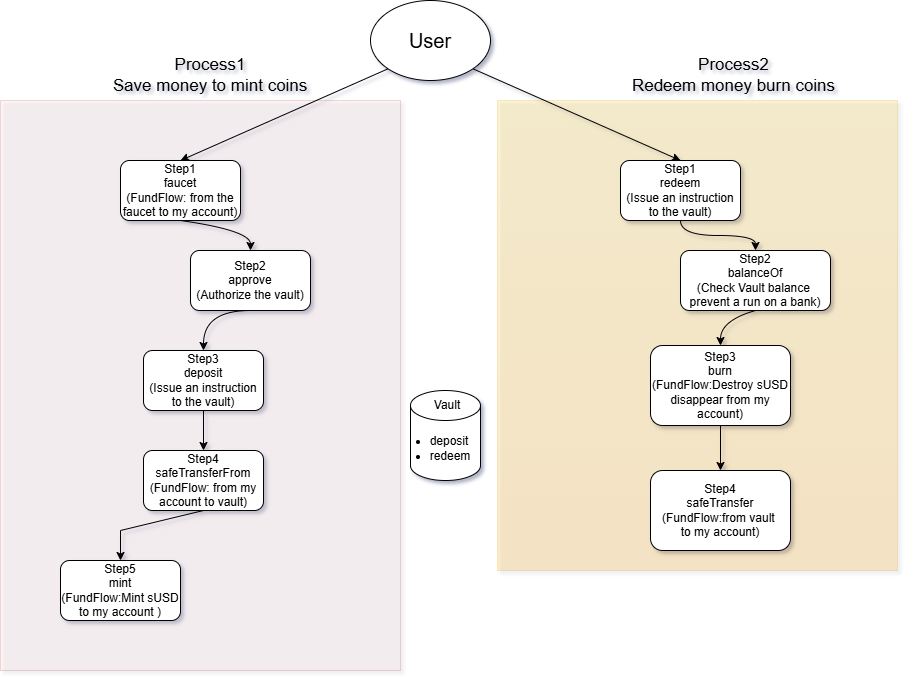
xiaomangli69-max/stablecoin-lab-2026 keeps this draw.io diagram as architecture.png. Above is the earlier version. Source tidied: cells renumbered, new cells last; positions are measured from the earlier drawing's top-left corner, leaving out a move shared by most shapes.
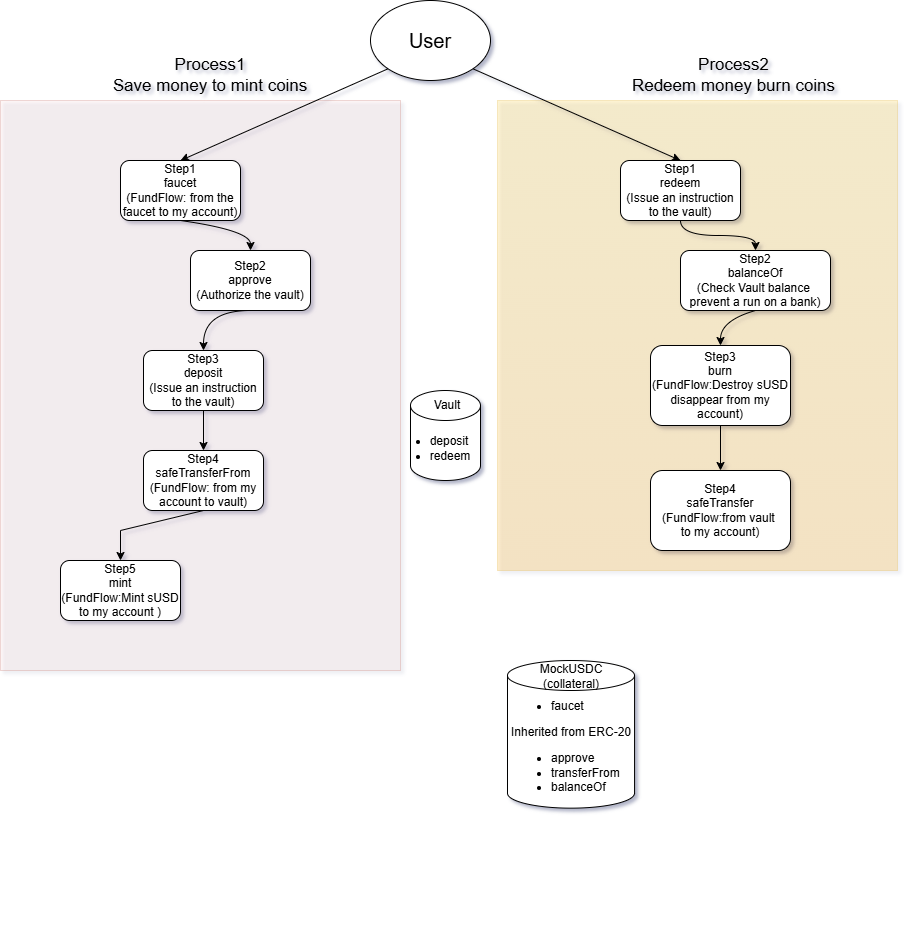
The same file after the commit.

The edit, as a diff of the source:
```diff
@@ -100,5 +100,17 @@
     <mxCell id="28" value="&lt;ul style=&quot;text-align: left;&quot;&gt;&lt;li&gt;deposit&lt;/li&gt;&lt;li&gt;redeem&lt;/li&gt;&lt;/ul&gt;" style="text;html=1;whiteSpace=wrap;strokeColor=none;fillColor=none;align=center;verticalAlign=middle;rounded=0;" parent="25" vertex="1">
       <mxGeometry y="43" width="60" height="30" as="geometry" />
     </mxCell>
+    <mxCell id="29" style="group;" parent="1" vertex="1">
+      <mxGeometry x="480" y="670" width="360" height="260" as="geometry" />
+    </mxCell>
+    <mxCell id="30" style="shape=cylinder3;whiteSpace=wrap;html=1;boundedLbl=1;backgroundOutline=1;size=15;labelBackgroundColor=none;align=left;" parent="29" vertex="1">
+      <mxGeometry x="27" y="-10" width="127.1" height="147.7" as="geometry" />
+    </mxCell>
+    <mxCell id="31" value="MockUSDC&lt;div&gt;(collateral)&lt;/div&gt;" style="text;html=1;whiteSpace=wrap;strokeColor=none;fillColor=none;align=center;verticalAlign=middle;rounded=0;" parent="29" vertex="1">
+      <mxGeometry x="36.5" y="-17" width="108" height="45.9" as="geometry" />
+    </mxCell>
+    <mxCell id="32" value="&lt;div&gt;&lt;ul style=&quot;text-align: left;&quot;&gt;&lt;li&gt;faucet&lt;/li&gt;&lt;/ul&gt;Inherited from ERC-20&lt;div&gt;&lt;ul&gt;&lt;li style=&quot;text-align: left;&quot;&gt;approve&lt;/li&gt;&lt;li style=&quot;text-align: left;&quot;&gt;transferFrom&lt;/li&gt;&lt;li style=&quot;text-align: left;&quot;&gt;balanceOf&lt;/li&gt;&lt;/ul&gt;&lt;/div&gt;&lt;/div&gt;" style="text;html=1;whiteSpace=wrap;strokeColor=none;fillColor=none;align=center;verticalAlign=middle;rounded=0;" parent="29" vertex="1">
+      <mxGeometry x="9.5" y="40" width="162" height="71.9" as="geometry" />
+    </mxCell>
   </root>
 </mxGraphModel>
```
